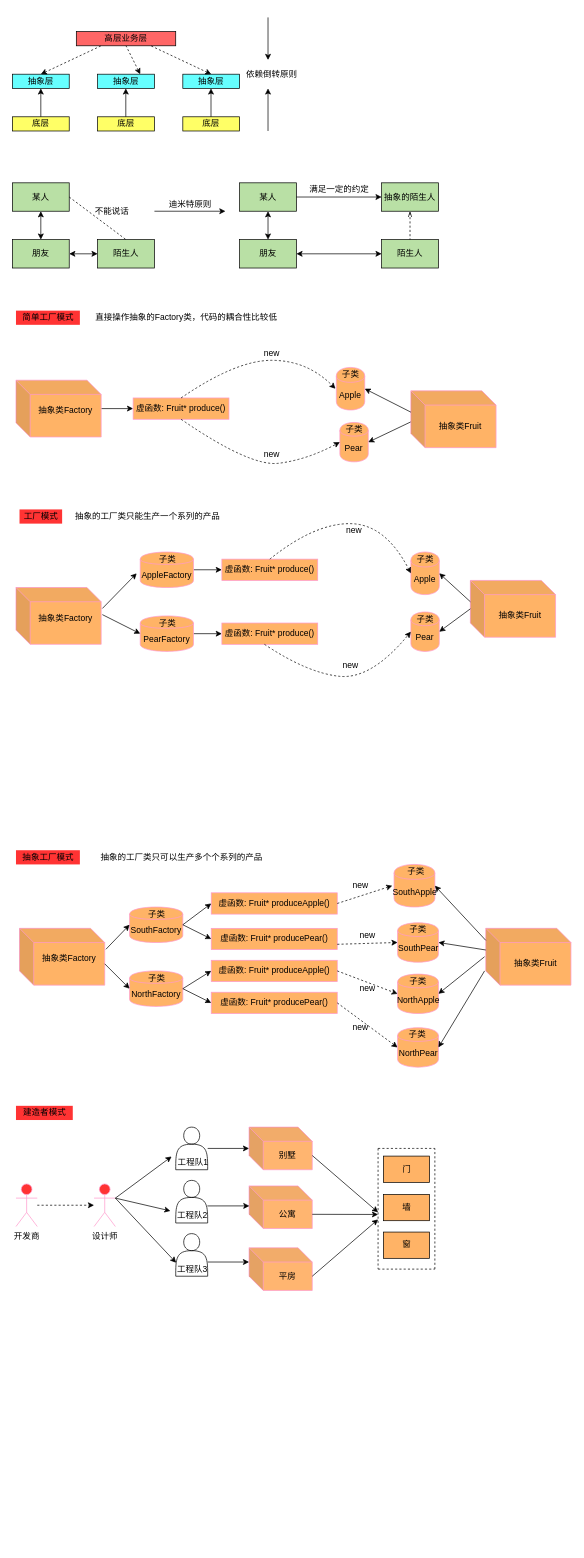
This is DesignPattern/设计模式.drawio from JohnJeep/Learning-CS-Journey, a draw.io file, before an edit. Source tidied: cells renumbered, new cells numbered last; positions are measured from the earlier drawing's top-left corner, leaving out a move shared by most shapes. Both pictures are drawn from the tidied source at 71%, with x=0, y=0 at pixel (12, 17).
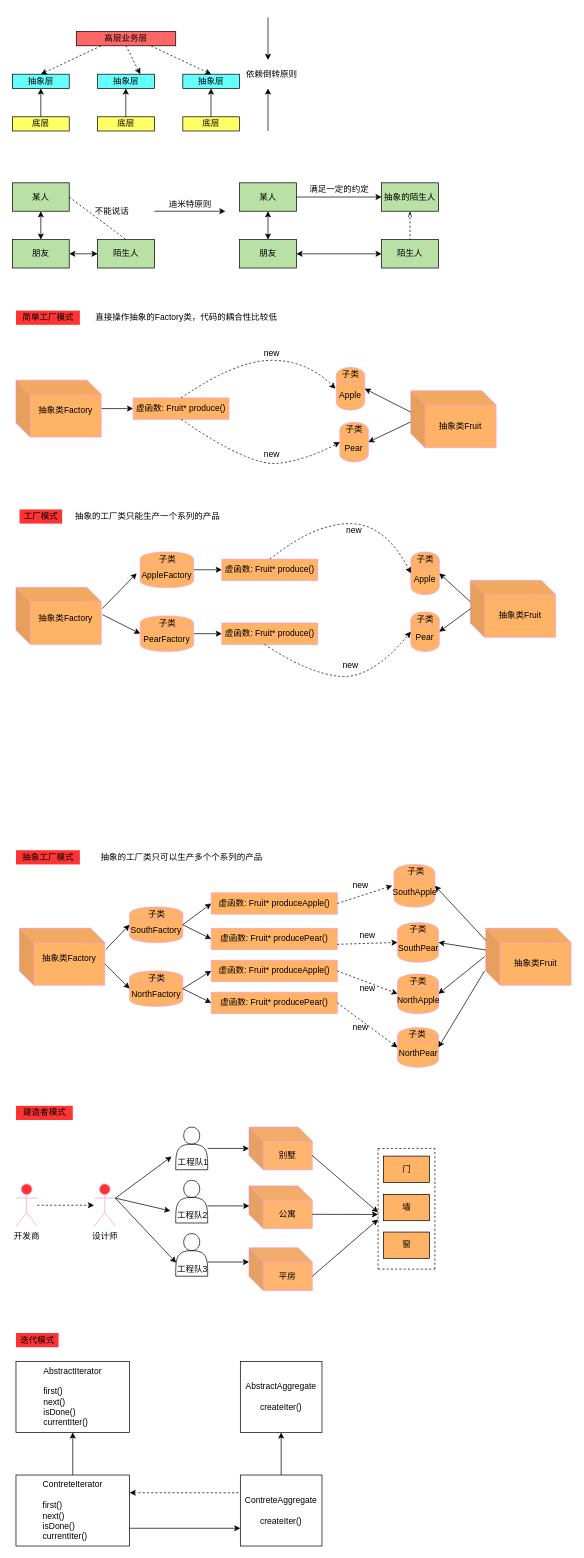
Above is the later version.

What changed in the source:
```diff
@@
+    <mxCell id="145" value="迭代模式" style="text;html=1;align=center;verticalAlign=middle;fillColor=#FF3333;shadow=0;" parent="1" vertex="1">
+      <mxGeometry x="5" y="1853" width="60" height="20" as="geometry" />
+    </mxCell>
+    <mxCell id="146" value="&lt;div style=&quot;text-align: left&quot;&gt;&lt;span&gt;AbstractIterator&lt;/span&gt;&lt;/div&gt;&lt;span&gt;&lt;div style=&quot;text-align: left&quot;&gt;&lt;br&gt;&lt;/div&gt;&lt;div style=&quot;text-align: left&quot;&gt;&lt;span&gt;first()&lt;/span&gt;&lt;/div&gt;&lt;div style=&quot;text-align: left&quot;&gt;&lt;span&gt;next()&lt;/span&gt;&lt;/div&gt;&lt;div style=&quot;text-align: left&quot;&gt;&lt;span&gt;isDone()&lt;/span&gt;&lt;/div&gt;&lt;div style=&quot;text-align: left&quot;&gt;&lt;span&gt;currentIter()&lt;/span&gt;&lt;/div&gt;&lt;/span&gt;" style="rounded=0;whiteSpace=wrap;html=1;" parent="1" vertex="1">
+      <mxGeometry x="5" y="1893" width="160" height="100" as="geometry" />
+    </mxCell>
+    <mxCell id="147" value="&lt;span&gt;AbstractAggregate&lt;br&gt;&lt;br&gt;createIter()&lt;br&gt;&lt;/span&gt;" style="rounded=0;whiteSpace=wrap;html=1;" parent="1" vertex="1">
+      <mxGeometry x="321" y="1893" width="115" height="100" as="geometry" />
+    </mxCell>
+    <mxCell id="148" style="edgeStyle=orthogonalEdgeStyle;rounded=0;jettySize=auto;html=1;" parent="1" edge="1" source="149" target="146">
+      <mxGeometry relative="1" as="geometry" />
+    </mxCell>
+    <mxCell id="149" value="&lt;div style=&quot;text-align: left&quot;&gt;&lt;span style=&quot;text-align: center&quot;&gt;ContreteIterator&lt;/span&gt;&lt;br&gt;&lt;/div&gt;&lt;span&gt;&lt;div style=&quot;text-align: left&quot;&gt;&lt;br&gt;&lt;/div&gt;&lt;div style=&quot;text-align: left&quot;&gt;&lt;span&gt;first()&lt;/span&gt;&lt;/div&gt;&lt;div style=&quot;text-align: left&quot;&gt;&lt;span&gt;next()&lt;/span&gt;&lt;/div&gt;&lt;div style=&quot;text-align: left&quot;&gt;&lt;span&gt;isDone()&lt;/span&gt;&lt;/div&gt;&lt;div style=&quot;text-align: left&quot;&gt;&lt;span&gt;currentIter()&lt;/span&gt;&lt;/div&gt;&lt;/span&gt;" style="rounded=0;whiteSpace=wrap;html=1;" parent="1" vertex="1">
+      <mxGeometry x="5" y="2053" width="160" height="100" as="geometry" />
+    </mxCell>
+    <mxCell id="150" style="edgeStyle=orthogonalEdgeStyle;rounded=0;jettySize=auto;html=1;" parent="1" edge="1" source="151" target="147">
+      <mxGeometry relative="1" as="geometry" />
+    </mxCell>
+    <mxCell id="151" value="ContreteAggregate&lt;span&gt;&lt;br&gt;&lt;br&gt;createIter()&lt;br&gt;&lt;/span&gt;" style="rounded=0;whiteSpace=wrap;html=1;" parent="1" vertex="1">
+      <mxGeometry x="321" y="2053" width="115" height="100" as="geometry" />
+    </mxCell>
+    <mxCell id="152" style="endArrow=classic;html=1;exitX=1;exitY=0.75;exitDx=0;exitDy=0;entryX=0;entryY=0.75;entryDx=0;entryDy=0;" parent="1" edge="1" source="149" target="151">
+      <mxGeometry relative="1" as="geometry" />
+    </mxCell>
+    <mxCell id="153" style="endArrow=none;dashed=1;html=1;exitX=1;exitY=0.25;exitDx=0;exitDy=0;entryX=0;entryY=0.25;entryDx=0;entryDy=0;endFill=0;startArrow=classic;startFill=1;" parent="1" edge="1" source="149" target="151">
+      <mxGeometry relative="1" as="geometry" />
+    </mxCell>
```
